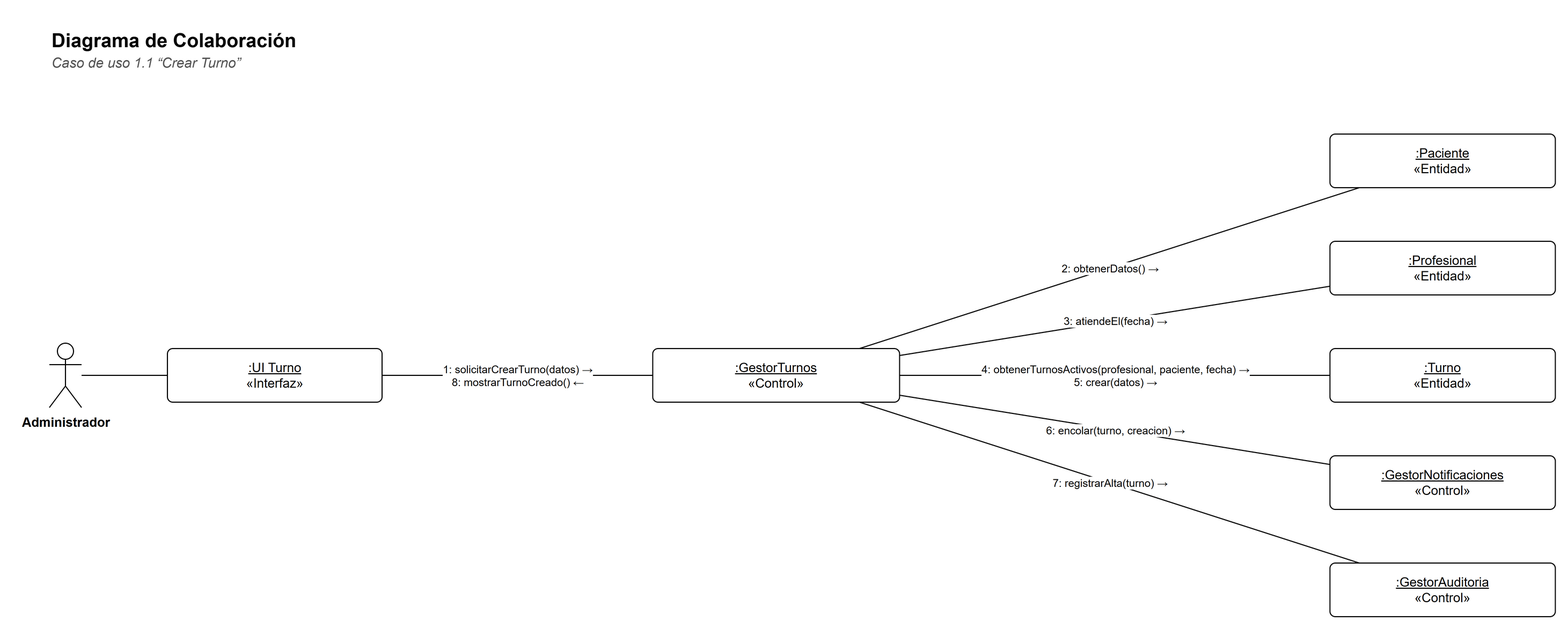
This is docs/diagramas/colaboracion-1-1.png from Matiglorioso/kineturnos, a draw.io export, as it was before one commit. Source tidied: cells renumbered, new cells last; positions are measured from the earlier drawing's top-left corner, leaving out a move shared by most shapes.
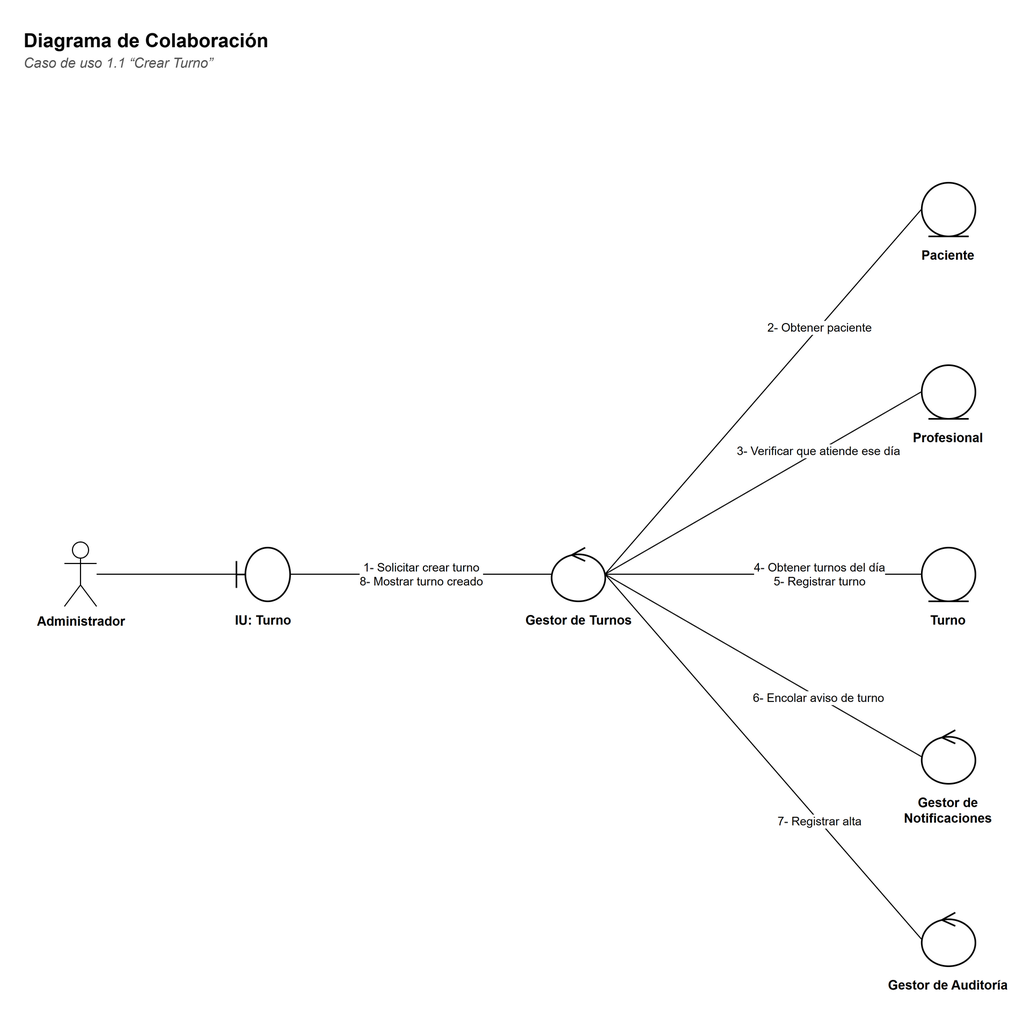
Later version of the same file.

Diff of the diagram source:
```diff
@@ -9,49 +9,70 @@
       <mxGeometry y="24" width="900" height="20" as="geometry" />
     </mxCell>
     <mxCell id="4" value="Administrador" style="shape=umlActor;verticalLabelPosition=bottom;verticalAlign=top;html=1;outlineConnect=0;fillColor=#FFFFFF;strokeColor=#000000;fontFamily=Helvetica;fontSize=12;fontStyle=1;" parent="1" vertex="1">
-      <mxGeometry y="300" width="30" height="60" as="geometry" />
+      <mxGeometry x="40" y="485" width="30" height="60" as="geometry" />
     </mxCell>
-    <mxCell id="5" value="&lt;u&gt;:UI Turno&lt;/u&gt;&lt;br&gt;«Interfaz»" style="rounded=0;whiteSpace=wrap;html=1;fillColor=#FFFFFF;strokeColor=#000000;fontFamily=Helvetica;fontSize=12;rounded=1;arcSize=10;" parent="1" vertex="1">
-      <mxGeometry x="110" y="305" width="200" height="50" as="geometry" />
+    <mxCell id="5" style="shape=umlBoundary;html=1;fillColor=#FFFFFF;strokeColor=#000000;strokeWidth=1.5;" parent="1" vertex="1">
+      <mxGeometry x="200" y="490" width="50" height="50" as="geometry" />
     </mxCell>
-    <mxCell id="6" value="&lt;u&gt;:GestorTurnos&lt;/u&gt;&lt;br&gt;«Control»" style="rounded=0;whiteSpace=wrap;html=1;fillColor=#FFFFFF;strokeColor=#000000;fontFamily=Helvetica;fontSize=12;rounded=1;arcSize=10;" parent="1" vertex="1">
-      <mxGeometry x="562.2" y="305" width="230" height="50" as="geometry" />
+    <mxCell id="6" value="&lt;b&gt;IU: Turno&lt;/b&gt;" style="text;html=1;strokeColor=none;fillColor=none;align=left;verticalAlign=top;whiteSpace=wrap;fontFamily=Helvetica;align=center;fontSize=12;" parent="1" vertex="1">
+      <mxGeometry x="160" y="544" width="130" height="40" as="geometry" />
     </mxCell>
-    <mxCell id="7" value="&lt;u&gt;:Paciente&lt;/u&gt;&lt;br&gt;«Entidad»" style="rounded=0;whiteSpace=wrap;html=1;fillColor=#FFFFFF;strokeColor=#000000;fontFamily=Helvetica;fontSize=12;rounded=1;arcSize=10;" parent="1" vertex="1">
-      <mxGeometry x="1193.2" y="105" width="210" height="50" as="geometry" />
+    <mxCell id="7" style="shape=umlControl;html=1;fillColor=#FFFFFF;strokeColor=#000000;strokeWidth=1.5;" parent="1" vertex="1">
+      <mxGeometry x="493.6" y="490" width="50" height="50" as="geometry" />
     </mxCell>
-    <mxCell id="8" value="&lt;u&gt;:Profesional&lt;/u&gt;&lt;br&gt;«Entidad»" style="rounded=0;whiteSpace=wrap;html=1;fillColor=#FFFFFF;strokeColor=#000000;fontFamily=Helvetica;fontSize=12;rounded=1;arcSize=10;" parent="1" vertex="1">
-      <mxGeometry x="1193.2" y="205" width="210" height="50" as="geometry" />
+    <mxCell id="8" value="&lt;b&gt;Gestor de Turnos&lt;/b&gt;" style="text;html=1;strokeColor=none;fillColor=none;align=left;verticalAlign=top;whiteSpace=wrap;fontFamily=Helvetica;align=center;fontSize=12;" parent="1" vertex="1">
+      <mxGeometry x="453.6" y="544" width="130" height="40" as="geometry" />
     </mxCell>
-    <mxCell id="9" value="&lt;u&gt;:Turno&lt;/u&gt;&lt;br&gt;«Entidad»" style="rounded=0;whiteSpace=wrap;html=1;fillColor=#FFFFFF;strokeColor=#000000;fontFamily=Helvetica;fontSize=12;rounded=1;arcSize=10;" parent="1" vertex="1">
-      <mxGeometry x="1193.2" y="305" width="210" height="50" as="geometry" />
+    <mxCell id="9" style="shape=umlEntity;html=1;fillColor=#FFFFFF;strokeColor=#000000;strokeWidth=1.5;" parent="1" vertex="1">
+      <mxGeometry x="838.4" y="150" width="50" height="50" as="geometry" />
     </mxCell>
-    <mxCell id="10" value="&lt;u&gt;:GestorNotificaciones&lt;/u&gt;&lt;br&gt;«Control»" style="rounded=0;whiteSpace=wrap;html=1;fillColor=#FFFFFF;strokeColor=#000000;fontFamily=Helvetica;fontSize=12;rounded=1;arcSize=10;" parent="1" vertex="1">
-      <mxGeometry x="1193.2" y="405" width="210" height="50" as="geometry" />
+    <mxCell id="10" value="&lt;b&gt;Paciente&lt;/b&gt;" style="text;html=1;strokeColor=none;fillColor=none;align=left;verticalAlign=top;whiteSpace=wrap;fontFamily=Helvetica;align=center;fontSize=12;" parent="1" vertex="1">
+      <mxGeometry x="798.4" y="204" width="130" height="40" as="geometry" />
     </mxCell>
-    <mxCell id="11" value="&lt;u&gt;:GestorAuditoria&lt;/u&gt;&lt;br&gt;«Control»" style="rounded=0;whiteSpace=wrap;html=1;fillColor=#FFFFFF;strokeColor=#000000;fontFamily=Helvetica;fontSize=12;rounded=1;arcSize=10;" parent="1" vertex="1">
-      <mxGeometry x="1193.2" y="505" width="210" height="50" as="geometry" />
+    <mxCell id="11" style="shape=umlEntity;html=1;fillColor=#FFFFFF;strokeColor=#000000;strokeWidth=1.5;" parent="1" vertex="1">
+      <mxGeometry x="838.4" y="320" width="50" height="50" as="geometry" />
     </mxCell>
-    <mxCell id="12" style="edgeStyle=none;html=1;endArrow=none;endFill=0;strokeColor=#000000;fontFamily=Helvetica;fontSize=11;labelBackgroundColor=#FFFFFF;" parent="1" edge="1" source="4" target="5">
-      <mxGeometry relative="1" as="geometry" />
+    <mxCell id="12" value="&lt;b&gt;Profesional&lt;/b&gt;" style="text;html=1;strokeColor=none;fillColor=none;align=left;verticalAlign=top;whiteSpace=wrap;fontFamily=Helvetica;align=center;fontSize=12;" parent="1" vertex="1">
+      <mxGeometry x="798.4" y="374" width="130" height="40" as="geometry" />
     </mxCell>
-    <mxCell id="13" value="1: solicitarCrearTurno(datos) →&lt;br&gt;8: mostrarTurnoCreado() ←" style="edgeStyle=none;html=1;endArrow=none;endFill=0;strokeColor=#000000;fontFamily=Helvetica;fontSize=11;labelBackgroundColor=#FFFFFF;fontSize=10;" parent="1" edge="1" source="6" target="5">
-      <mxGeometry relative="1" as="geometry" />
+    <mxCell id="13" style="shape=umlEntity;html=1;fillColor=#FFFFFF;strokeColor=#000000;strokeWidth=1.5;" parent="1" vertex="1">
+      <mxGeometry x="838.4" y="490" width="50" height="50" as="geometry" />
     </mxCell>
-    <mxCell id="14" value="2: obtenerDatos() →" style="edgeStyle=none;html=1;endArrow=none;endFill=0;strokeColor=#000000;fontFamily=Helvetica;fontSize=11;labelBackgroundColor=#FFFFFF;fontSize=10;" parent="1" edge="1" source="7" target="6">
-      <mxGeometry relative="1" as="geometry" />
+    <mxCell id="14" value="&lt;b&gt;Turno&lt;/b&gt;" style="text;html=1;strokeColor=none;fillColor=none;align=left;verticalAlign=top;whiteSpace=wrap;fontFamily=Helvetica;align=center;fontSize=12;" parent="1" vertex="1">
+      <mxGeometry x="798.4" y="544" width="130" height="40" as="geometry" />
     </mxCell>
-    <mxCell id="15" value="3: atiendeEl(fecha) →" style="edgeStyle=none;html=1;endArrow=none;endFill=0;strokeColor=#000000;fontFamily=Helvetica;fontSize=11;labelBackgroundColor=#FFFFFF;fontSize=10;" parent="1" edge="1" source="8" target="6">
-      <mxGeometry relative="1" as="geometry" />
+    <mxCell id="15" style="shape=umlControl;html=1;fillColor=#FFFFFF;strokeColor=#000000;strokeWidth=1.5;" parent="1" vertex="1">
+      <mxGeometry x="838.4" y="660" width="50" height="50" as="geometry" />
     </mxCell>
-    <mxCell id="16" value="4: obtenerTurnosActivos(profesional, paciente, fecha) →&lt;br&gt;5: crear(datos) →" style="edgeStyle=none;html=1;endArrow=none;endFill=0;strokeColor=#000000;fontFamily=Helvetica;fontSize=11;labelBackgroundColor=#FFFFFF;fontSize=10;" parent="1" edge="1" source="9" target="6">
-      <mxGeometry relative="1" as="geometry" />
+    <mxCell id="16" value="&lt;b&gt;Gestor de Notificaciones&lt;/b&gt;" style="text;html=1;strokeColor=none;fillColor=none;align=left;verticalAlign=top;whiteSpace=wrap;fontFamily=Helvetica;align=center;fontSize=12;" parent="1" vertex="1">
+      <mxGeometry x="798.4" y="714" width="130" height="40" as="geometry" />
     </mxCell>
-    <mxCell id="17" value="6: encolar(turno, creacion) →" style="edgeStyle=none;html=1;endArrow=none;endFill=0;strokeColor=#000000;fontFamily=Helvetica;fontSize=11;labelBackgroundColor=#FFFFFF;fontSize=10;" parent="1" edge="1" source="10" target="6">
-      <mxGeometry relative="1" as="geometry" />
+    <mxCell id="17" style="shape=umlControl;html=1;fillColor=#FFFFFF;strokeColor=#000000;strokeWidth=1.5;" parent="1" vertex="1">
+      <mxGeometry x="838.4" y="830" width="50" height="50" as="geometry" />
     </mxCell>
-    <mxCell id="18" value="7: registrarAlta(turno) →" style="edgeStyle=none;html=1;endArrow=none;endFill=0;strokeColor=#000000;fontFamily=Helvetica;fontSize=11;labelBackgroundColor=#FFFFFF;fontSize=10;" parent="1" edge="1" source="11" target="6">
-      <mxGeometry relative="1" as="geometry" />
+    <mxCell id="18" value="&lt;b&gt;Gestor de Auditoría&lt;/b&gt;" style="text;html=1;strokeColor=none;fillColor=none;align=left;verticalAlign=top;whiteSpace=wrap;fontFamily=Helvetica;align=center;fontSize=12;" parent="1" vertex="1">
+      <mxGeometry x="798.4" y="884" width="130" height="40" as="geometry" />
     </mxCell>
+    <mxCell id="19" style="edgeStyle=none;html=1;endArrow=none;endFill=0;strokeColor=#000000;fontFamily=Helvetica;fontSize=11;labelBackgroundColor=#FFFFFF;" parent="1" edge="1" source="4" target="5">
+      <mxGeometry relative="1" as="geometry" />
+    </mxCell>
+    <mxCell id="20" value="1- Solicitar crear turno&lt;br&gt;8- Mostrar turno creado" style="edgeStyle=none;html=1;endArrow=none;endFill=0;strokeColor=#000000;fontFamily=Helvetica;fontSize=11;labelBackgroundColor=#FFFFFF;fontSize=11;exitX=1;exitY=0.5;exitDx=0;exitDy=0;entryX=0;entryY=0.5;entryDx=0;entryDy=0;" parent="1" edge="1" source="5" target="7">
+      <mxGeometry relative="1" as="geometry" />
+    </mxCell>
+    <mxCell id="21" value="2- Obtener paciente" style="edgeStyle=none;html=1;endArrow=none;endFill=0;strokeColor=#000000;fontFamily=Helvetica;fontSize=11;labelBackgroundColor=#FFFFFF;fontSize=11;exitX=1;exitY=0.5;exitDx=0;exitDy=0;entryX=0;entryY=0.5;entryDx=0;entryDy=0;" parent="1" edge="1" source="7" target="9">
+      <mxGeometry x="0.35" relative="1" as="geometry" />
+    </mxCell>
+    <mxCell id="22" value="3- Verificar que atiende ese día" style="edgeStyle=none;html=1;endArrow=none;endFill=0;strokeColor=#000000;fontFamily=Helvetica;fontSize=11;labelBackgroundColor=#FFFFFF;fontSize=11;exitX=1;exitY=0.5;exitDx=0;exitDy=0;entryX=0;entryY=0.5;entryDx=0;entryDy=0;" parent="1" edge="1" source="7" target="11">
+      <mxGeometry x="0.35" relative="1" as="geometry" />
+    </mxCell>
+    <mxCell id="23" value="4- Obtener turnos del día&lt;br&gt;5- Registrar turno" style="edgeStyle=none;html=1;endArrow=none;endFill=0;strokeColor=#000000;fontFamily=Helvetica;fontSize=11;labelBackgroundColor=#FFFFFF;fontSize=11;exitX=1;exitY=0.5;exitDx=0;exitDy=0;entryX=0;entryY=0.5;entryDx=0;entryDy=0;" parent="1" edge="1" source="7" target="13">
+      <mxGeometry x="0.35" relative="1" as="geometry" />
+    </mxCell>
+    <mxCell id="24" value="6- Encolar aviso de turno" style="edgeStyle=none;html=1;endArrow=none;endFill=0;strokeColor=#000000;fontFamily=Helvetica;fontSize=11;labelBackgroundColor=#FFFFFF;fontSize=11;exitX=1;exitY=0.5;exitDx=0;exitDy=0;entryX=0;entryY=0.5;entryDx=0;entryDy=0;" parent="1" edge="1" source="7" target="15">
+      <mxGeometry x="0.35" relative="1" as="geometry" />
+    </mxCell>
+    <mxCell id="25" value="7- Registrar alta" style="edgeStyle=none;html=1;endArrow=none;endFill=0;strokeColor=#000000;fontFamily=Helvetica;fontSize=11;labelBackgroundColor=#FFFFFF;fontSize=11;exitX=1;exitY=0.5;exitDx=0;exitDy=0;entryX=0;entryY=0.5;entryDx=0;entryDy=0;" parent="1" edge="1" source="7" target="17">
+      <mxGeometry x="0.35" relative="1" as="geometry" />
+    </mxCell>
   </root>
 </mxGraphModel>
```
